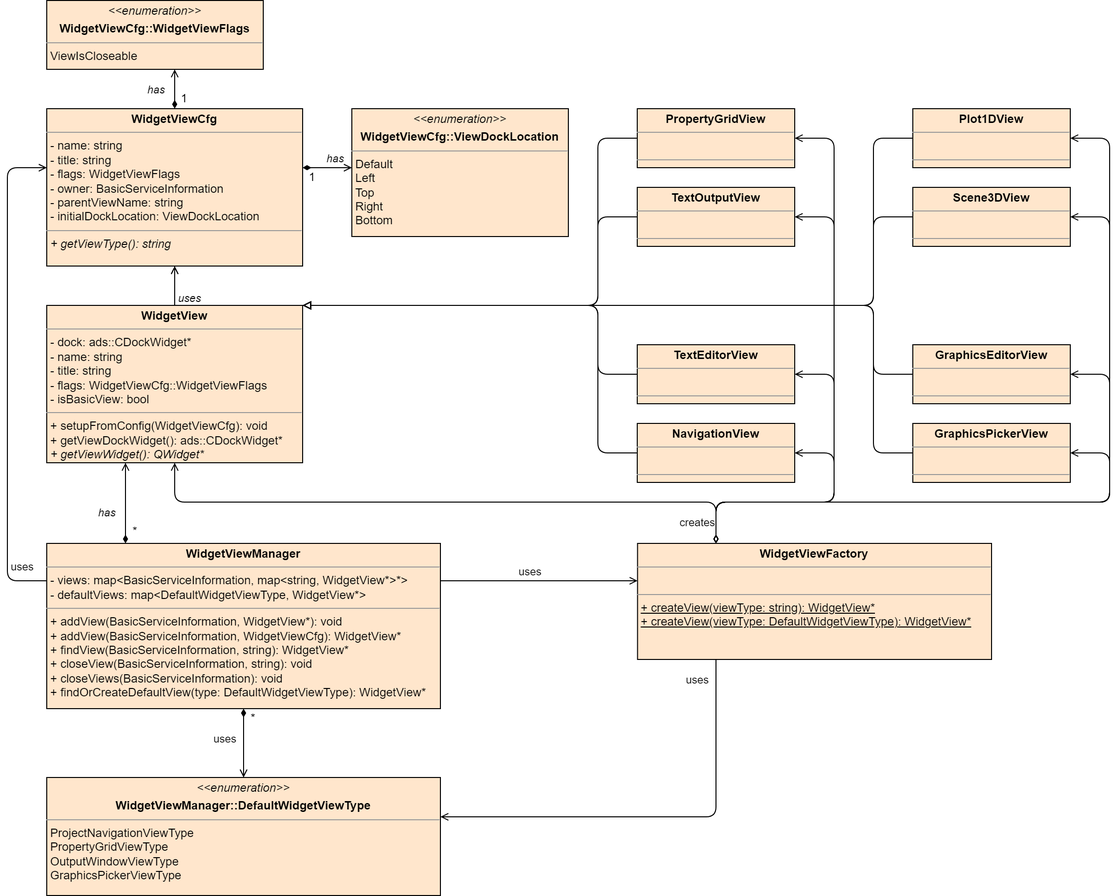
The draw.io diagram Documentation/Developer/ui_api/images/view_handling_class.png in OT-OpenTwin/OpenTwin, before a commit. Source tidied: cells renumbered, new cells last; positions are measured from the earlier drawing's top-left corner, leaving out a move shared by most shapes.
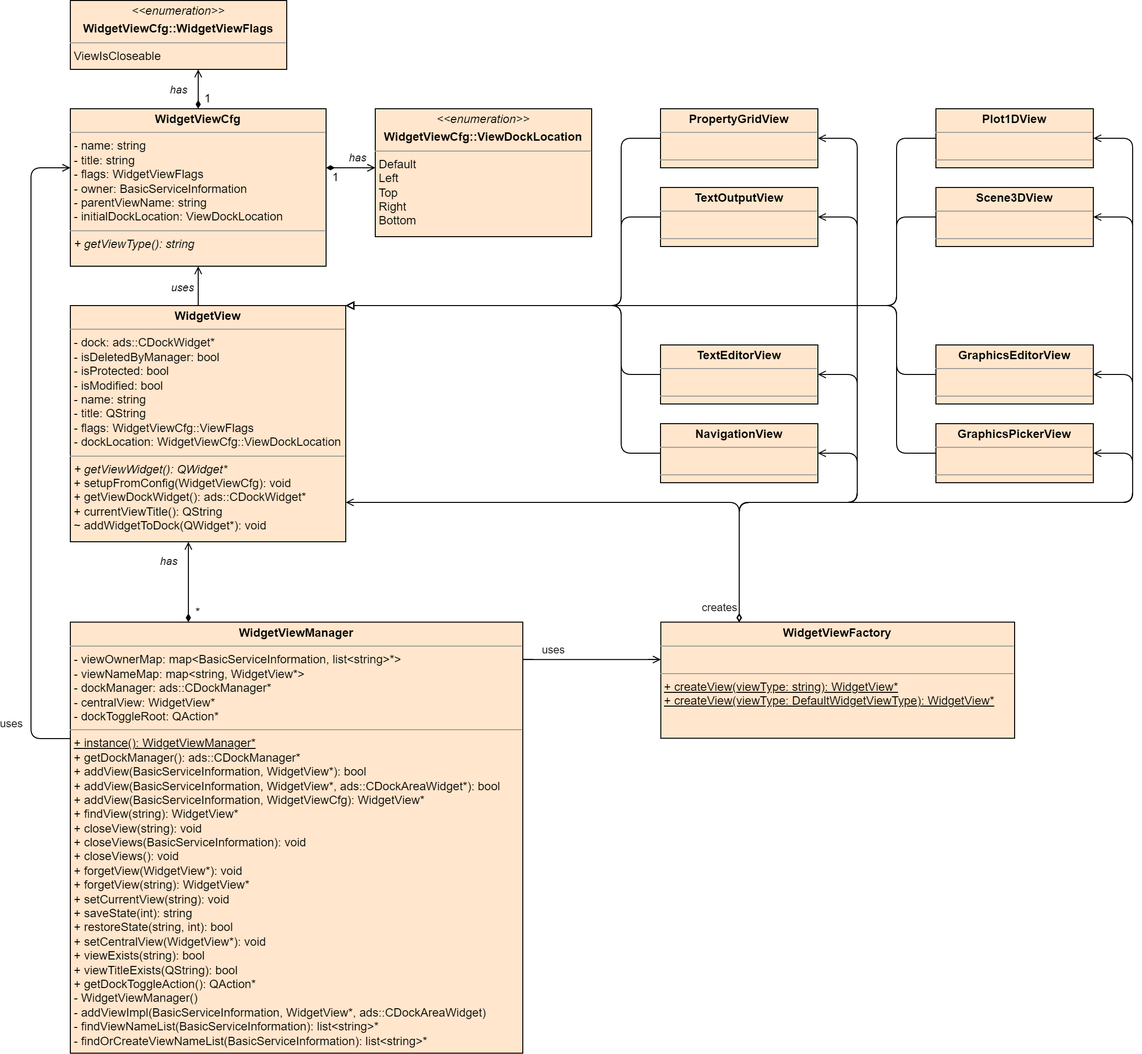
The same diagram one commit later.

Commit message:
Added comments and updated documentation for widget view management

What changed in the source:
```diff
@@ -2,64 +2,58 @@
   <root>
     <mxCell id="0" />
     <mxCell id="1" parent="0" />
-    <mxCell id="2" style="edgeStyle=orthogonalEdgeStyle;rounded=0;jettySize=auto;html=1;endArrow=open;endFill=0;" parent="1" edge="1" source="4" target="18">
-      <mxGeometry relative="1" as="geometry" />
-    </mxCell>
     <mxCell id="3" style="edgeStyle=orthogonalEdgeStyle;rounded=0;jettySize=auto;html=1;endArrow=open;endFill=0;" parent="1" edge="1" source="4" target="18">
-      <mxGeometry relative="1" as="geometry" />
+      <mxGeometry relative="1" as="geometry">
+        <Array as="points">
+          <mxPoint x="170" y="300" />
+          <mxPoint x="170" y="300" />
+        </Array>
+      </mxGeometry>
     </mxCell>
-    <mxCell id="4" value="&lt;p style=&quot;margin:0px;margin-top:4px;text-align:center;&quot;&gt;&lt;b&gt;WidgetView&lt;/b&gt;&lt;/p&gt;&lt;hr size=&quot;1&quot;&gt;&lt;p style=&quot;margin:0px;margin-left:4px;&quot;&gt;- dock: ads::CDockWidget*&lt;/p&gt;&lt;p style=&quot;margin:0px;margin-left:4px;&quot;&gt;- name: string&lt;/p&gt;&lt;p style=&quot;margin:0px;margin-left:4px;&quot;&gt;- title: string&lt;/p&gt;&lt;p style=&quot;margin:0px;margin-left:4px;&quot;&gt;- flags: WidgetViewCfg::WidgetViewFlags&lt;/p&gt;&lt;p style=&quot;margin:0px;margin-left:4px;&quot;&gt;- isBasicView: bool&lt;/p&gt;&lt;hr size=&quot;1&quot;&gt;&lt;p style=&quot;margin:0px;margin-left:4px;&quot;&gt;+ setupFromConfig(WidgetViewCfg): void&lt;/p&gt;&lt;p style=&quot;margin:0px;margin-left:4px;&quot;&gt;+ getViewDockWidget(): ads::CDockWidget*&lt;/p&gt;&lt;p style=&quot;margin:0px;margin-left:4px;&quot;&gt;&lt;i&gt;+ getViewWidget(): QWidget*&lt;/i&gt;&lt;/p&gt;" style="verticalAlign=top;align=left;overflow=fill;fontSize=12;fontFamily=Helvetica;html=1;fillColor=#ffe6cc;strokeColor=#000000;" parent="1" vertex="1">
-      <mxGeometry x="40" y="310" width="260" height="160" as="geometry" />
+    <mxCell id="4" value="&lt;p style=&quot;margin:0px;margin-top:4px;text-align:center;&quot;&gt;&lt;b&gt;WidgetView&lt;/b&gt;&lt;/p&gt;&lt;hr size=&quot;1&quot;&gt;&lt;p style=&quot;margin:0px;margin-left:4px;&quot;&gt;- dock: ads::CDockWidget*&lt;/p&gt;&lt;p style=&quot;margin:0px;margin-left:4px;&quot;&gt;- isDeletedByManager: bool&lt;/p&gt;&lt;p style=&quot;margin:0px;margin-left:4px;&quot;&gt;- isProtected: bool&lt;/p&gt;&lt;p style=&quot;margin:0px;margin-left:4px;&quot;&gt;- isModified: bool&lt;/p&gt;&lt;p style=&quot;margin:0px;margin-left:4px;&quot;&gt;- name: string&lt;/p&gt;&lt;p style=&quot;margin:0px;margin-left:4px;&quot;&gt;- title: QString&lt;/p&gt;&lt;p style=&quot;margin:0px;margin-left:4px;&quot;&gt;- flags: WidgetViewCfg::ViewFlags&lt;/p&gt;&lt;p style=&quot;margin:0px;margin-left:4px;&quot;&gt;- dockLocation: WidgetViewCfg::ViewDockLocation&lt;/p&gt;&lt;hr size=&quot;1&quot;&gt;&lt;p style=&quot;margin:0px;margin-left:4px;&quot;&gt;&lt;i&gt;+ getViewWidget(): QWidget*&lt;/i&gt;&lt;br&gt;&lt;/p&gt;&lt;p style=&quot;margin:0px;margin-left:4px;&quot;&gt;+ setupFromConfig(WidgetViewCfg): void&lt;/p&gt;&lt;p style=&quot;margin:0px;margin-left:4px;&quot;&gt;+ getViewDockWidget(): ads::CDockWidget*&lt;/p&gt;&lt;p style=&quot;margin:0px;margin-left:4px;&quot;&gt;+ currentViewTitle(): QString&lt;/p&gt;&lt;p style=&quot;margin:0px;margin-left:4px;&quot;&gt;~ addWidgetToDock(QWidget*): void&lt;/p&gt;" style="verticalAlign=top;align=left;overflow=fill;fontSize=12;fontFamily=Helvetica;html=1;fillColor=#ffe6cc;strokeColor=#000000;" parent="1" vertex="1">
+      <mxGeometry x="40" y="310" width="280" height="240" as="geometry" />
     </mxCell>
     <mxCell id="5" style="edgeStyle=orthogonalEdgeStyle;rounded=1;jettySize=auto;html=1;endArrow=open;endFill=0;curved=0;" parent="1" edge="1" source="13" target="18">
       <mxGeometry relative="1" as="geometry">
         <Array as="points">
-          <mxPoint y="590" />
+          <mxPoint y="750" />
           <mxPoint y="170" />
         </Array>
       </mxGeometry>
     </mxCell>
     <mxCell id="6" value="uses" style="edgeLabel;html=1;align=center;verticalAlign=middle;" parent="5" vertex="1">
       <mxGeometry x="-0.9" y="-3" relative="1" as="geometry">
-        <mxPoint y="-12" as="offset" />
+        <mxPoint x="-25" y="-12" as="offset" />
       </mxGeometry>
     </mxCell>
     <mxCell id="7" style="edgeStyle=orthogonalEdgeStyle;rounded=0;jettySize=auto;html=1;endArrow=open;endFill=0;" parent="1" edge="1" source="13" target="30">
       <mxGeometry relative="1" as="geometry">
         <Array as="points">
-          <mxPoint x="590" y="590" />
-          <mxPoint x="590" y="590" />
+          <mxPoint x="590" y="669.7" />
+          <mxPoint x="590" y="669.7" />
         </Array>
       </mxGeometry>
     </mxCell>
     <mxCell id="8" value="uses" style="edgeLabel;html=1;align=center;verticalAlign=middle;" parent="7" vertex="1">
       <mxGeometry x="-0.01" y="-1" relative="1" as="geometry">
-        <mxPoint x="-9" y="-11" as="offset" />
+        <mxPoint x="-39" y="-11" as="offset" />
       </mxGeometry>
     </mxCell>
     <mxCell id="9" style="edgeStyle=orthogonalEdgeStyle;rounded=0;jettySize=auto;html=1;endArrow=open;endFill=0;startArrow=diamondThin;startFill=1;" parent="1" edge="1" source="13" target="4">
       <mxGeometry relative="1" as="geometry">
         <Array as="points">
-          <mxPoint x="120" y="500" />
-          <mxPoint x="120" y="500" />
+          <mxPoint x="160" y="600" />
+          <mxPoint x="160" y="600" />
         </Array>
       </mxGeometry>
     </mxCell>
     <mxCell id="10" value="&lt;i&gt;has&lt;/i&gt;" style="edgeLabel;html=1;align=center;verticalAlign=middle;" parent="9" vertex="1">
       <mxGeometry x="-0.1" y="2" relative="1" as="geometry">
-        <mxPoint x="-18" y="5" as="offset" />
+        <mxPoint x="-18" y="-25" as="offset" />
       </mxGeometry>
     </mxCell>
-    <mxCell id="11" style="edgeStyle=orthogonalEdgeStyle;rounded=0;jettySize=auto;html=1;endArrow=open;endFill=0;startArrow=diamondThin;startFill=1;" parent="1" edge="1" source="13" target="54">
-      <mxGeometry relative="1" as="geometry" />
-    </mxCell>
-    <mxCell id="12" value="uses" style="edgeLabel;html=1;align=center;verticalAlign=middle;" parent="11" vertex="1">
-      <mxGeometry x="-0.25" y="2" relative="1" as="geometry">
-        <mxPoint x="-22" y="4" as="offset" />
-      </mxGeometry>
-    </mxCell>
-    <mxCell id="13" value="&lt;p style=&quot;margin:0px;margin-top:4px;text-align:center;&quot;&gt;&lt;b&gt;WidgetViewManager&lt;/b&gt;&lt;/p&gt;&lt;hr size=&quot;1&quot;&gt;&lt;p style=&quot;margin:0px;margin-left:4px;&quot;&gt;- views: map&amp;lt;BasicServiceInformation, map&amp;lt;string, WidgetView*&amp;gt;*&amp;gt;&lt;/p&gt;&lt;p style=&quot;margin:0px;margin-left:4px;&quot;&gt;- defaultViews: map&amp;lt;DefaultWidgetViewType, WidgetView*&amp;gt;&lt;/p&gt;&lt;hr size=&quot;1&quot;&gt;&lt;p style=&quot;margin:0px;margin-left:4px;&quot;&gt;+ addView(BasicServiceInformation, WidgetView*): void&lt;/p&gt;&lt;p style=&quot;margin:0px;margin-left:4px;&quot;&gt;+ addView(BasicServiceInformation, WidgetViewCfg): WidgetView*&lt;/p&gt;&lt;p style=&quot;margin:0px;margin-left:4px;&quot;&gt;+ findView(BasicServiceInformation, string): WidgetView*&lt;/p&gt;&lt;p style=&quot;margin:0px;margin-left:4px;&quot;&gt;+ closeView(BasicServiceInformation, string): void&lt;/p&gt;&lt;p style=&quot;margin:0px;margin-left:4px;&quot;&gt;+ closeViews(BasicServiceInformation): void&lt;/p&gt;&lt;p style=&quot;margin:0px;margin-left:4px;&quot;&gt;+ findOrCreateDefaultView(type: DefaultWidgetViewType): WidgetView*&lt;/p&gt;" style="verticalAlign=top;align=left;overflow=fill;fontSize=12;fontFamily=Helvetica;html=1;fillColor=#ffe6cc;strokeColor=#000000;" parent="1" vertex="1">
-      <mxGeometry x="40" y="552" width="400" height="168" as="geometry" />
+    <mxCell id="13" value="&lt;p style=&quot;margin:0px;margin-top:4px;text-align:center;&quot;&gt;&lt;b&gt;WidgetViewManager&lt;/b&gt;&lt;/p&gt;&lt;hr size=&quot;1&quot;&gt;&lt;p style=&quot;margin:0px;margin-left:4px;&quot;&gt;- viewOwnerMap: map&amp;lt;BasicServiceInformation, list&amp;lt;string&amp;gt;*&amp;gt;&lt;/p&gt;&lt;p style=&quot;margin:0px;margin-left:4px;&quot;&gt;- viewNameMap: map&amp;lt;string, WidgetView*&amp;gt;&lt;/p&gt;&lt;p style=&quot;margin:0px;margin-left:4px;&quot;&gt;- dockManager: ads::CDockManager*&lt;/p&gt;&lt;p style=&quot;margin:0px;margin-left:4px;&quot;&gt;- centralView: WidgetView*&lt;/p&gt;&lt;p style=&quot;margin:0px;margin-left:4px;&quot;&gt;- dockToggleRoot: QAction*&lt;/p&gt;&lt;hr size=&quot;1&quot;&gt;&lt;p style=&quot;margin:0px;margin-left:4px;&quot;&gt;&lt;u&gt;+ instance(): WidgetViewManager*&lt;/u&gt;&lt;/p&gt;&lt;p style=&quot;margin:0px;margin-left:4px;&quot;&gt;+ getDockManager(): ads::CDockManager*&lt;/p&gt;&lt;p style=&quot;margin:0px;margin-left:4px;&quot;&gt;+ addView(BasicServiceInformation, WidgetView*): bool&lt;/p&gt;&lt;p style=&quot;margin:0px;margin-left:4px;&quot;&gt;+ addView(BasicServiceInformation, WidgetView*, ads::CDockAreaWidget*): bool&lt;/p&gt;&lt;p style=&quot;margin:0px;margin-left:4px;&quot;&gt;+ addView(BasicServiceInformation, WidgetViewCfg): WidgetView*&lt;/p&gt;&lt;p style=&quot;margin:0px;margin-left:4px;&quot;&gt;+ findView(string): WidgetView*&lt;/p&gt;&lt;p style=&quot;margin:0px;margin-left:4px;&quot;&gt;+ closeView(string): void&lt;/p&gt;&lt;p style=&quot;margin:0px;margin-left:4px;&quot;&gt;+ closeViews(BasicServiceInformation): void&lt;/p&gt;&lt;p style=&quot;margin:0px;margin-left:4px;&quot;&gt;+ closeViews(): void&lt;/p&gt;&lt;p style=&quot;margin:0px;margin-left:4px;&quot;&gt;+ forgetView(WidgetView*): void&lt;/p&gt;&lt;p style=&quot;margin:0px;margin-left:4px;&quot;&gt;+ forgetView(string): WidgetView*&lt;/p&gt;&lt;p style=&quot;margin:0px;margin-left:4px;&quot;&gt;+ setCurrentView(string): void&lt;/p&gt;&lt;p style=&quot;margin:0px;margin-left:4px;&quot;&gt;+ saveState(int): string&lt;/p&gt;&lt;p style=&quot;margin:0px;margin-left:4px;&quot;&gt;+ restoreState(string, int): bool&lt;/p&gt;&lt;p style=&quot;margin:0px;margin-left:4px;&quot;&gt;+ setCentralView(WidgetView*): void&lt;/p&gt;&lt;p style=&quot;margin:0px;margin-left:4px;&quot;&gt;+ viewExists(string): bool&lt;/p&gt;&lt;p style=&quot;margin:0px;margin-left:4px;&quot;&gt;+ viewTitleExists(QString): bool&lt;/p&gt;&lt;p style=&quot;margin:0px;margin-left:4px;&quot;&gt;+ getDockToggleAction(): QAction*&lt;/p&gt;&lt;p style=&quot;margin:0px;margin-left:4px;&quot;&gt;- WidgetViewManager()&lt;/p&gt;&lt;p style=&quot;margin:0px;margin-left:4px;&quot;&gt;- addViewImpl(BasicServiceInformation, WidgetView*, ads::CDockAreaWidget)&lt;/p&gt;&lt;p style=&quot;margin:0px;margin-left:4px;&quot;&gt;- findViewNameList(BasicServiceInformation): list&amp;lt;string&amp;gt;*&lt;/p&gt;&lt;p style=&quot;margin:0px;margin-left:4px;&quot;&gt;- findOrCreateViewNameList(BasicServiceInformation): list&amp;lt;string&amp;gt;*&lt;/p&gt;&lt;p style=&quot;margin:0px;margin-left:4px;&quot;&gt;&lt;br&gt;&lt;/p&gt;" style="verticalAlign=top;align=left;overflow=fill;fontSize=12;fontFamily=Helvetica;html=1;fillColor=#ffe6cc;strokeColor=#000000;" parent="1" vertex="1">
+      <mxGeometry x="40" y="631.7" width="460" height="438" as="geometry" />
     </mxCell>
     <mxCell id="14" style="edgeStyle=orthogonalEdgeStyle;rounded=0;jettySize=auto;html=1;endArrow=open;endFill=0;startArrow=diamondThin;startFill=1;" parent="1" edge="1" source="18" target="31">
       <mxGeometry relative="1" as="geometry">
@@ -165,20 +159,8 @@
         </Array>
       </mxGeometry>
     </mxCell>
-    <mxCell id="28" style="edgeStyle=orthogonalEdgeStyle;rounded=1;jettySize=auto;html=1;endArrow=open;endFill=0;curved=0;" parent="1" edge="1" source="30" target="54">
-      <mxGeometry relative="1" as="geometry">
-        <Array as="points">
-          <mxPoint x="720" y="830" />
-        </Array>
-      </mxGeometry>
-    </mxCell>
-    <mxCell id="29" value="uses" style="edgeLabel;html=1;align=center;verticalAlign=middle;" parent="28" vertex="1">
-      <mxGeometry x="0.39" y="-1" relative="1" as="geometry">
-        <mxPoint x="126" y="-139" as="offset" />
-      </mxGeometry>
-    </mxCell>
     <mxCell id="30" value="&lt;p style=&quot;margin:0px;margin-top:4px;text-align:center;&quot;&gt;&lt;b&gt;WidgetViewFactory&lt;/b&gt;&lt;/p&gt;&lt;hr size=&quot;1&quot;&gt;&lt;p style=&quot;margin:0px;margin-left:4px;&quot;&gt;&lt;br&gt;&lt;/p&gt;&lt;hr size=&quot;1&quot;&gt;&lt;p style=&quot;margin:0px;margin-left:4px;&quot;&gt;&lt;u&gt;+ createView(viewType: string): WidgetView*&lt;/u&gt;&lt;/p&gt;&lt;p style=&quot;margin:0px;margin-left:4px;&quot;&gt;&lt;u&gt;+ createView(viewType: DefaultWidgetViewType): WidgetView*&lt;/u&gt;&lt;/p&gt;" style="verticalAlign=top;align=left;overflow=fill;fontSize=12;fontFamily=Helvetica;html=1;fillColor=#ffe6cc;strokeColor=#000000;" parent="1" vertex="1">
-      <mxGeometry x="640.3" y="552" width="359.7" height="118" as="geometry" />
+      <mxGeometry x="640.3" y="631.7" width="359.7" height="118" as="geometry" />
     </mxCell>
     <mxCell id="31" value="&lt;p style=&quot;margin:0px;margin-top:4px;text-align:center;&quot;&gt;&lt;span style=&quot;background-color: initial;&quot;&gt;&lt;i&gt;&amp;lt;&amp;lt;enumeration&amp;gt;&amp;gt;&lt;/i&gt;&lt;/span&gt;&lt;/p&gt;&lt;p style=&quot;margin:0px;margin-top:4px;text-align:center;&quot;&gt;&lt;b&gt;WidgetViewCfg::WidgetViewFlags&lt;/b&gt;&lt;/p&gt;&lt;hr size=&quot;1&quot;&gt;&lt;p style=&quot;margin:0px;margin-left:4px;&quot;&gt;ViewIsCloseable&lt;/p&gt;&lt;p style=&quot;margin:0px;margin-left:4px;&quot;&gt;&lt;br&gt;&lt;/p&gt;&lt;p style=&quot;margin:0px;margin-left:4px;&quot;&gt;&lt;br&gt;&lt;/p&gt;" style="verticalAlign=top;align=left;overflow=fill;fontSize=12;fontFamily=Helvetica;html=1;fillColor=#ffe6cc;strokeColor=#000000;" parent="1" vertex="1">
       <mxGeometry x="40" width="220" height="70" as="geometry" />
@@ -187,7 +169,7 @@
       <mxGeometry x="170" y="90" width="20" height="20" as="geometry" />
     </mxCell>
     <mxCell id="33" value="uses" style="edgeLabel;html=1;align=center;verticalAlign=middle;fontStyle=2;" parent="1" vertex="1">
-      <mxGeometry x="190" y="300" as="geometry">
+      <mxGeometry x="160" y="290" as="geometry">
         <mxPoint x="-6" y="2" as="offset" />
       </mxGeometry>
     </mxCell>
@@ -295,13 +277,7 @@
       <mxGeometry x="300" y="170" width="20" height="20" as="geometry" />
     </mxCell>
     <mxCell id="53" value="*" style="text;html=1;align=center;verticalAlign=middle;whiteSpace=wrap;rounded=0;" parent="1" vertex="1">
-      <mxGeometry x="120" y="530" width="20" height="20" as="geometry" />
+      <mxGeometry x="160" y="611.7" width="20" height="20" as="geometry" />
     </mxCell>
-    <mxCell id="54" value="&lt;p style=&quot;margin:0px;margin-top:4px;text-align:center;&quot;&gt;&lt;span style=&quot;background-color: initial;&quot;&gt;&lt;i&gt;&amp;lt;&amp;lt;enumeration&amp;gt;&amp;gt;&lt;/i&gt;&lt;/span&gt;&lt;/p&gt;&lt;p style=&quot;margin:0px;margin-top:4px;text-align:center;&quot;&gt;&lt;b&gt;WidgetViewManager::DefaultWidgetViewType&lt;/b&gt;&lt;/p&gt;&lt;hr size=&quot;1&quot;&gt;&lt;p style=&quot;margin:0px;margin-left:4px;&quot;&gt;ProjectNavigationViewType&lt;/p&gt;&lt;p style=&quot;margin:0px;margin-left:4px;&quot;&gt;PropertyGridViewType&lt;/p&gt;&lt;p style=&quot;margin:0px;margin-left:4px;&quot;&gt;OutputWindowViewType&lt;/p&gt;&lt;p style=&quot;margin:0px;margin-left:4px;&quot;&gt;GraphicsPickerViewType&lt;/p&gt;" style="verticalAlign=top;align=left;overflow=fill;fontSize=12;fontFamily=Helvetica;html=1;fillColor=#ffe6cc;strokeColor=#000000;" parent="1" vertex="1">
-      <mxGeometry x="40" y="790" width="400" height="120" as="geometry" />
-    </mxCell>
-    <mxCell id="55" value="*" style="text;html=1;align=center;verticalAlign=middle;whiteSpace=wrap;rounded=0;" parent="1" vertex="1">
-      <mxGeometry x="240" y="720" width="20" height="20" as="geometry" />
-    </mxCell>
   </root>
 </mxGraphModel>
```
